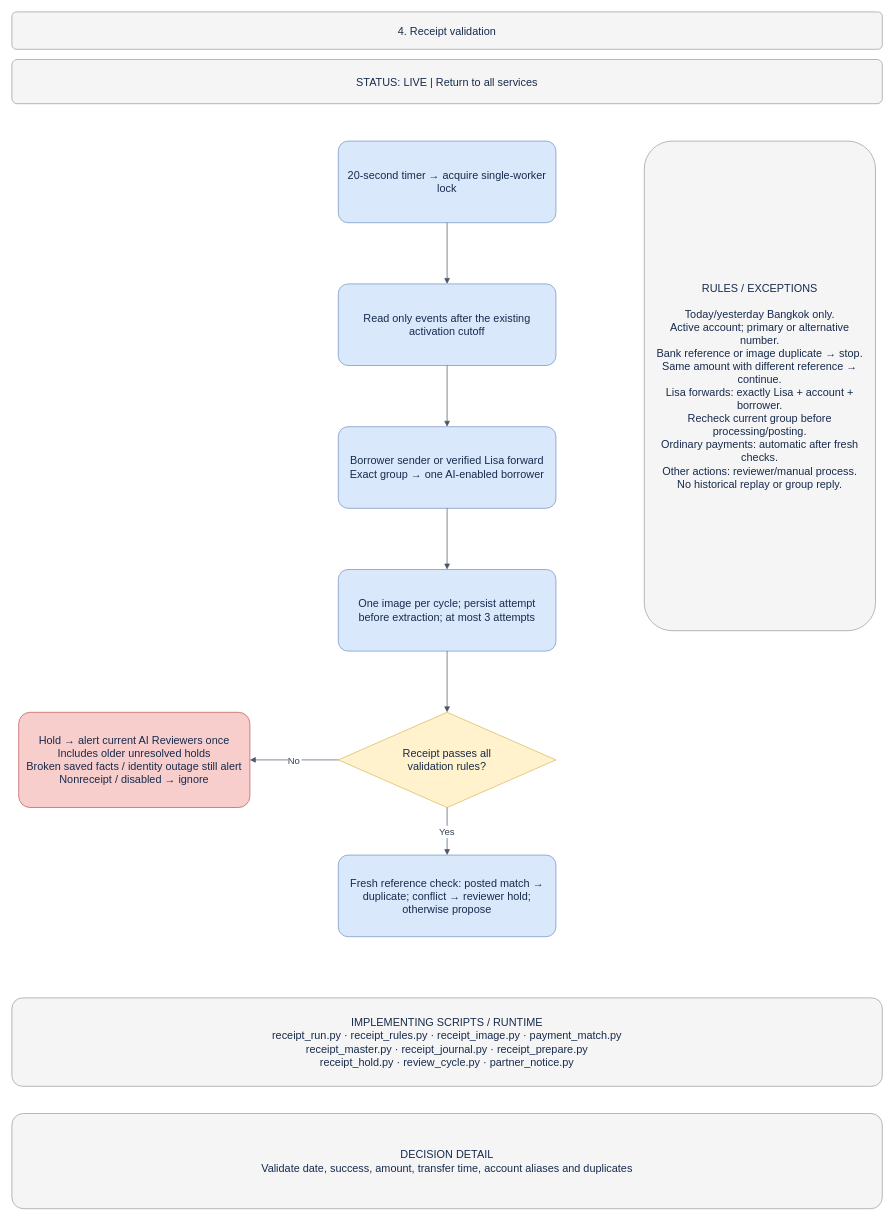
Earlier version of the draw.io diagram page "04 · Receipt validation" (4 of 18) of docs/BUSINESS_PROCESS.drawio (welct0407/MW-Credit-App). Source tidied: cells renumbered, new cells numbered last; positions are measured from the earlier drawing's top-left corner, leaving out a move shared by most shapes. Both pictures are drawn from the tidied source at 68%, with x=0, y=0 at pixel (12, 12).
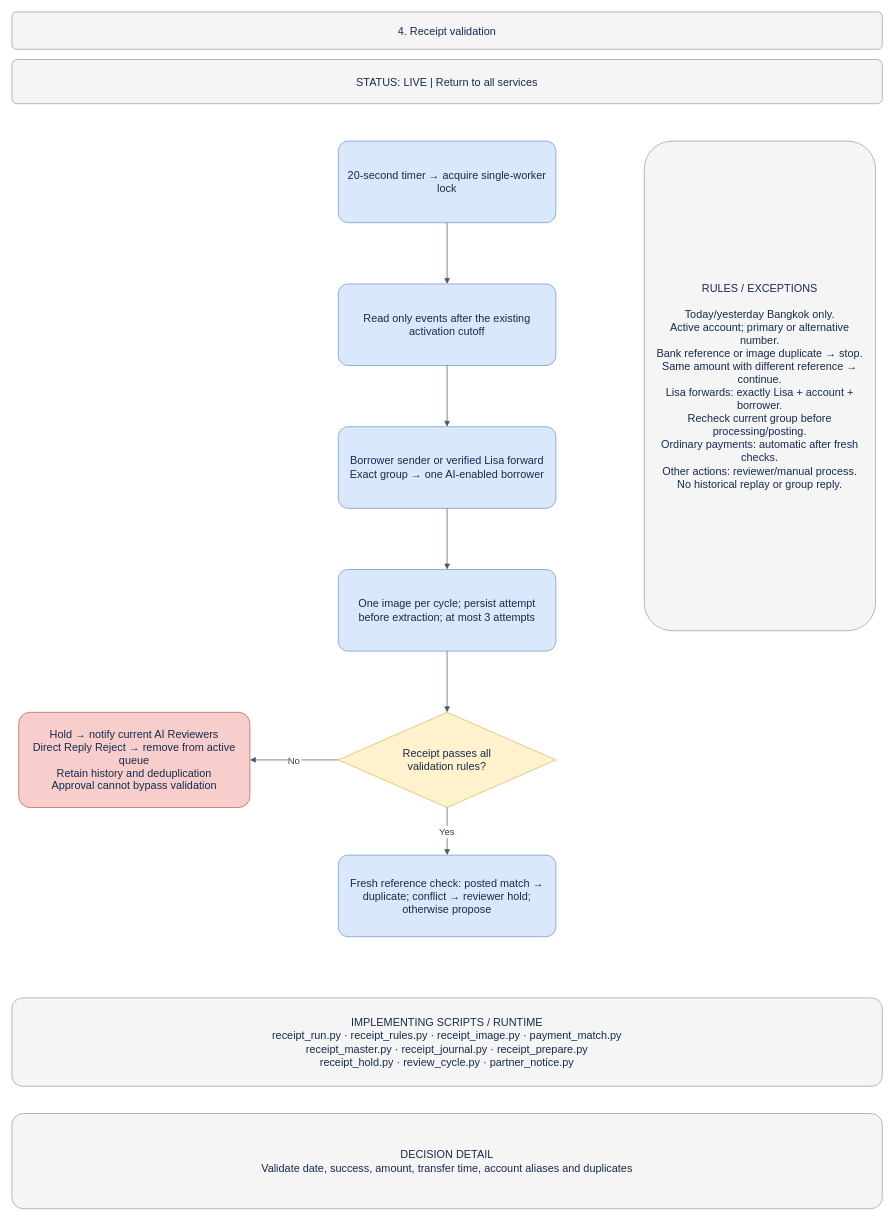
After the change.

What changed in the source:
```diff
@@
 <mxGraphModel>
   <root>
     <mxCell id="0" />
     <mxCell id="1" parent="0" />
     <mxCell id="2" value="4. Receipt validation" style="rounded=1;arcSize=12;whiteSpace=wrap;html=0;fillColor=#f5f5f5;strokeColor=#999999;fontColor=#172b4d;fontSize=16;align=center;verticalAlign=middle;spacing=12;" parent="1" vertex="1">
       <mxGeometry width="1280" height="55" as="geometry" />
     </mxCell>
     <mxCell id="3" value="STATUS: LIVE  |  Return to all services" style="rounded=1;arcSize=12;whiteSpace=wrap;html=0;fillColor=#f5f5f5;strokeColor=#999999;fontColor=#172b4d;fontSize=16;align=center;verticalAlign=middle;spacing=12;" parent="1" vertex="1">
       <mxGeometry y="70" width="1280" height="65" as="geometry" />
     </mxCell>
     <mxCell id="4" value="20-second timer → acquire single-worker lock" style="rounded=1;arcSize=12;whiteSpace=wrap;html=0;fillColor=#dae8fc;strokeColor=#6c8ebf;fontColor=#172b4d;fontSize=16;align=center;verticalAlign=middle;spacing=12;" parent="1" vertex="1">
       <mxGeometry x="480" y="190" width="320" height="120" as="geometry" />
     </mxCell>
     <mxCell id="5" value="Read only events after the existing activation cutoff" style="rounded=1;arcSize=12;whiteSpace=wrap;html=0;fillColor=#dae8fc;strokeColor=#6c8ebf;fontColor=#172b4d;fontSize=16;align=center;verticalAlign=middle;spacing=12;" parent="1" vertex="1">
       <mxGeometry x="480" y="400" width="320" height="120" as="geometry" />
     </mxCell>
     <mxCell id="6" style="edgeStyle=orthogonalEdgeStyle;rounded=0;jettySize=auto;html=0;endArrow=block;endFill=1;strokeColor=#475569;fontColor=#334155;fontSize=14;labelBackgroundColor=#ffffff;" parent="1" edge="1" source="4" target="5">
       <mxGeometry relative="1" as="geometry" />
     </mxCell>
     <mxCell id="7" value="Borrower sender or verified Lisa forward&#10;Exact group → one AI-enabled borrower" style="rounded=1;arcSize=12;whiteSpace=wrap;html=0;fillColor=#dae8fc;strokeColor=#6c8ebf;fontColor=#172b4d;fontSize=16;align=center;verticalAlign=middle;spacing=12;" parent="1" vertex="1">
       <mxGeometry x="480" y="610" width="320" height="120" as="geometry" />
     </mxCell>
     <mxCell id="8" style="edgeStyle=orthogonalEdgeStyle;rounded=0;jettySize=auto;html=0;endArrow=block;endFill=1;strokeColor=#475569;fontColor=#334155;fontSize=14;labelBackgroundColor=#ffffff;" parent="1" edge="1" source="5" target="7">
       <mxGeometry relative="1" as="geometry" />
     </mxCell>
     <mxCell id="9" value="One image per cycle; persist attempt before extraction; at most 3 attempts" style="rounded=1;arcSize=12;whiteSpace=wrap;html=0;fillColor=#dae8fc;strokeColor=#6c8ebf;fontColor=#172b4d;fontSize=16;align=center;verticalAlign=middle;spacing=12;" parent="1" vertex="1">
       <mxGeometry x="480" y="820" width="320" height="120" as="geometry" />
     </mxCell>
     <mxCell id="10" style="edgeStyle=orthogonalEdgeStyle;rounded=0;jettySize=auto;html=0;endArrow=block;endFill=1;strokeColor=#475569;fontColor=#334155;fontSize=14;labelBackgroundColor=#ffffff;" parent="1" edge="1" source="7" target="9">
       <mxGeometry relative="1" as="geometry" />
     </mxCell>
     <mxCell id="11" value="Receipt passes all&#10;validation rules?" style="rhombus;whiteSpace=wrap;html=0;fillColor=#fff2cc;strokeColor=#d6b656;fontColor=#172b4d;fontSize=16;align=center;verticalAlign=middle;spacing=12;" parent="1" vertex="1">
       <mxGeometry x="480" y="1030" width="320" height="140" as="geometry" />
     </mxCell>
     <mxCell id="12" style="edgeStyle=orthogonalEdgeStyle;rounded=0;jettySize=auto;html=0;endArrow=block;endFill=1;strokeColor=#475569;fontColor=#334155;fontSize=14;labelBackgroundColor=#ffffff;" parent="1" edge="1" source="9" target="11">
       <mxGeometry relative="1" as="geometry" />
     </mxCell>
     <mxCell id="13" value="Fresh reference check: posted match → duplicate; conflict → reviewer hold; otherwise propose" style="rounded=1;arcSize=12;whiteSpace=wrap;html=0;fillColor=#dae8fc;strokeColor=#6c8ebf;fontColor=#172b4d;fontSize=16;align=center;verticalAlign=middle;spacing=12;" parent="1" vertex="1">
       <mxGeometry x="480" y="1240" width="320" height="120" as="geometry" />
     </mxCell>
     <mxCell id="14" value="Yes" style="edgeStyle=orthogonalEdgeStyle;rounded=0;jettySize=auto;html=0;endArrow=block;endFill=1;strokeColor=#475569;fontColor=#334155;fontSize=14;labelBackgroundColor=#ffffff;" parent="1" edge="1" source="11" target="13">
       <mxGeometry relative="1" as="geometry" />
     </mxCell>
-    <mxCell id="15" value="Hold → alert current AI Reviewers once&#10;Includes older unresolved holds&#10;Broken saved facts / identity outage still alert&#10;Nonreceipt / disabled → ignore" style="rounded=1;arcSize=12;whiteSpace=wrap;html=0;fillColor=#f8cecc;strokeColor=#b85450;fontColor=#172b4d;fontSize=16;align=center;verticalAlign=middle;spacing=12;" parent="1" vertex="1">
+    <mxCell id="15" value="Hold → notify current AI Reviewers&#10;Direct Reply Reject → remove from active queue&#10;Retain history and deduplication&#10;Approval cannot bypass validation" style="rounded=1;arcSize=12;whiteSpace=wrap;html=0;fillColor=#f8cecc;strokeColor=#b85450;fontColor=#172b4d;fontSize=16;align=center;verticalAlign=middle;spacing=12;" parent="1" vertex="1">
       <mxGeometry x="10" y="1030" width="340" height="140" as="geometry" />
     </mxCell>
     <mxCell id="16" value="No" style="edgeStyle=orthogonalEdgeStyle;rounded=0;jettySize=auto;html=0;endArrow=block;endFill=1;strokeColor=#475569;fontColor=#334155;fontSize=14;labelBackgroundColor=#ffffff;" parent="1" edge="1" source="11" target="15">
       <mxGeometry relative="1" as="geometry" />
     </mxCell>
     <mxCell id="17" value="RULES / EXCEPTIONS&#10;&#10;Today/yesterday Bangkok only.&#10;Active account; primary or alternative number.&#10;Bank reference or image duplicate → stop.&#10;Same amount with different reference → continue.&#10;Lisa forwards: exactly Lisa + account + borrower.&#10;Recheck current group before processing/posting.&#10;Ordinary payments: automatic after fresh checks.&#10;Other actions: reviewer/manual process.&#10;No historical replay or group reply." style="rounded=1;arcSize=12;whiteSpace=wrap;html=0;fillColor=#f5f5f5;strokeColor=#999999;fontColor=#172b4d;fontSize=16;align=center;verticalAlign=middle;spacing=12;" parent="1" vertex="1">
       <mxGeometry x="930" y="190" width="340" height="720" as="geometry" />
     </mxCell>
     <mxCell id="18" value="IMPLEMENTING SCRIPTS / RUNTIME&#10;receipt_run.py · receipt_rules.py · receipt_image.py · payment_match.py&#10;receipt_master.py · receipt_journal.py · receipt_prepare.py&#10;receipt_hold.py · review_cycle.py · partner_notice.py" style="rounded=1;arcSize=12;whiteSpace=wrap;html=0;fillColor=#f5f5f5;strokeColor=#999999;fontColor=#172b4d;fontSize=16;align=center;verticalAlign=middle;spacing=12;" parent="1" vertex="1">
       <mxGeometry y="1450" width="1280" height="130" as="geometry" />
     </mxCell>
     <mxCell id="19" value="DECISION DETAIL&#10;Validate date, success, amount, transfer time, account aliases and duplicates" style="rounded=1;arcSize=12;whiteSpace=wrap;html=0;fillColor=#f5f5f5;strokeColor=#999999;fontColor=#172b4d;fontSize=16;align=center;verticalAlign=middle;spacing=12;" parent="1" vertex="1">
       <mxGeometry y="1620" width="1280" height="140" as="geometry" />
     </mxCell>
   </root>
 </mxGraphModel>
```
